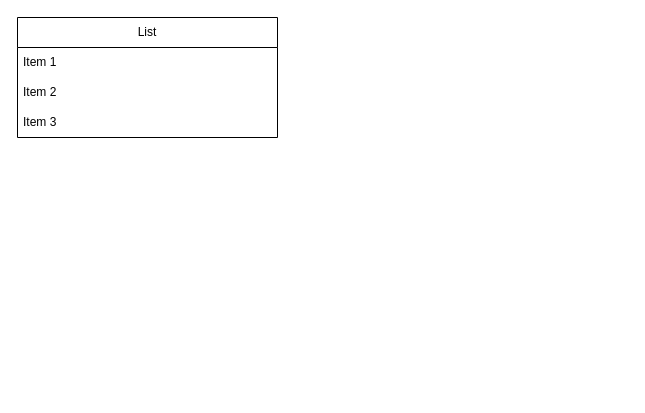
Above: page "CLASS DIAGRAM" (6 of 9) of ALL UML.drawio in K35x/si_siblings_uml (draw.io), before the change. Source tidied: cells renumbered, new cells numbered last; positions are measured from the earlier drawing's top-left corner, leaving out a move shared by most shapes. Both pictures are drawn from the tidied source at 100%, with x=0, y=0 at pixel (17, 17).
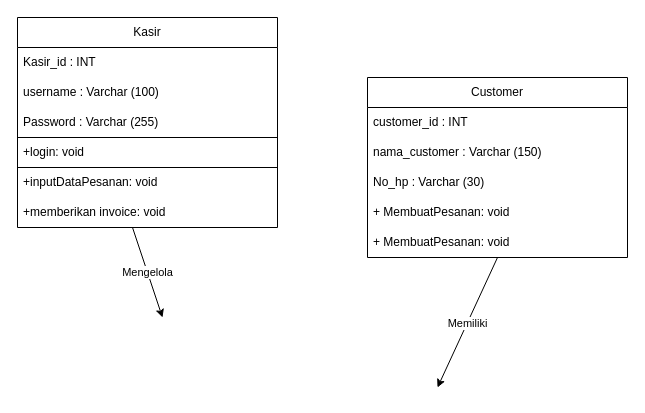
The same page after the edit.

What changed in the source:
```diff
@@
-    <mxCell id="2" value="List" style="swimlane;fontStyle=0;horizontal=1;startSize=30;whiteSpace=wrap;html=1;" parent="1" vertex="1">
-      <mxGeometry width="260" height="120" as="geometry" />
+    <mxCell id="2" value="Kasir" style="swimlane;fontStyle=0;horizontal=1;startSize=30;whiteSpace=wrap;html=1;" parent="1" vertex="1">
+      <mxGeometry width="260" height="210" as="geometry" />
     </mxCell>
-    <mxCell id="3" value="Item 1" style="text;strokeColor=none;fillColor=none;align=left;verticalAlign=middle;spacingLeft=4;spacingRight=4;overflow=hidden;whiteSpace=wrap;html=1;" parent="2" vertex="1">
+    <mxCell id="3" value="Kasir_id : INT" style="text;strokeColor=none;fillColor=none;align=left;verticalAlign=middle;spacingLeft=4;spacingRight=4;overflow=hidden;whiteSpace=wrap;html=1;" parent="2" vertex="1">
       <mxGeometry y="30" width="260" height="30" as="geometry" />
     </mxCell>
-    <mxCell id="4" value="Item 2" style="text;strokeColor=none;fillColor=none;align=left;verticalAlign=middle;spacingLeft=4;spacingRight=4;overflow=hidden;whiteSpace=wrap;html=1;" parent="2" vertex="1">
+    <mxCell id="4" value="username : Varchar (100)" style="text;strokeColor=none;fillColor=none;align=left;verticalAlign=middle;spacingLeft=4;spacingRight=4;overflow=hidden;whiteSpace=wrap;html=1;" parent="2" vertex="1">
       <mxGeometry y="60" width="260" height="30" as="geometry" />
     </mxCell>
+    <mxCell id="6" value="Password : Varchar (255)" style="text;strokeColor=none;fillColor=none;align=left;verticalAlign=middle;spacingLeft=4;spacingRight=4;overflow=hidden;whiteSpace=wrap;html=1;" parent="2" vertex="1">
+      <mxGeometry y="90" width="260" height="30" as="geometry" />
+    </mxCell>
-    <mxCell id="5" value="Item 3" style="text;strokeColor=none;fillColor=none;align=left;verticalAlign=middle;spacingLeft=4;spacingRight=4;overflow=hidden;whiteSpace=wrap;html=1;" parent="2" vertex="1">
-      <mxGeometry y="90" width="260" height="30" as="geometry" />
+    <mxCell id="5" value="+login: void" style="text;strokeColor=default;fillColor=none;align=left;verticalAlign=middle;spacingLeft=4;spacingRight=4;overflow=hidden;whiteSpace=wrap;html=1;strokeWidth=1;" parent="2" vertex="1">
+      <mxGeometry y="120" width="260" height="30" as="geometry" />
     </mxCell>
+    <mxCell id="7" value="+inputDataPesanan: void" style="text;strokeColor=none;fillColor=none;align=left;verticalAlign=middle;spacingLeft=4;spacingRight=4;overflow=hidden;whiteSpace=wrap;html=1;strokeWidth=0;" parent="2" vertex="1">
+      <mxGeometry y="150" width="260" height="30" as="geometry" />
+    </mxCell>
+    <mxCell id="8" value="+memberikan invoice: void" style="text;strokeColor=none;fillColor=none;align=left;verticalAlign=middle;spacingLeft=4;spacingRight=4;overflow=hidden;whiteSpace=wrap;html=1;" parent="2" vertex="1">
+      <mxGeometry y="180" width="260" height="30" as="geometry" />
+    </mxCell>
+    <mxCell id="9" value="Customer" style="swimlane;fontStyle=0;horizontal=1;startSize=30;whiteSpace=wrap;html=1;" parent="1" vertex="1">
+      <mxGeometry x="350" y="60" width="260" height="180" as="geometry" />
+    </mxCell>
+    <mxCell id="10" value="customer_id : INT" style="text;strokeColor=none;fillColor=none;align=left;verticalAlign=middle;spacingLeft=4;spacingRight=4;overflow=hidden;whiteSpace=wrap;html=1;" parent="9" vertex="1">
+      <mxGeometry y="30" width="260" height="30" as="geometry" />
+    </mxCell>
+    <mxCell id="11" value="nama_customer : Varchar (150)" style="text;strokeColor=none;fillColor=none;align=left;verticalAlign=middle;spacingLeft=4;spacingRight=4;overflow=hidden;whiteSpace=wrap;html=1;" parent="9" vertex="1">
+      <mxGeometry y="60" width="260" height="30" as="geometry" />
+    </mxCell>
+    <mxCell id="12" value="No_hp : Varchar (30)" style="text;strokeColor=none;fillColor=none;align=left;verticalAlign=middle;spacingLeft=4;spacingRight=4;overflow=hidden;whiteSpace=wrap;html=1;" parent="9" vertex="1">
+      <mxGeometry y="90" width="260" height="30" as="geometry" />
+    </mxCell>
+    <mxCell id="13" value="+ MembuatPesanan: void" style="text;strokeColor=none;fillColor=none;align=left;verticalAlign=middle;spacingLeft=4;spacingRight=4;overflow=hidden;whiteSpace=wrap;html=1;" parent="9" vertex="1">
+      <mxGeometry y="120" width="260" height="30" as="geometry" />
+    </mxCell>
+    <mxCell id="14" value="+ MembuatPesanan: void" style="text;strokeColor=none;fillColor=none;align=left;verticalAlign=middle;spacingLeft=4;spacingRight=4;overflow=hidden;whiteSpace=wrap;html=1;" parent="9" vertex="1">
+      <mxGeometry y="150" width="260" height="30" as="geometry" />
+    </mxCell>
+    <mxCell id="15" style="endArrow=classic;html=1;rounded=0;" parent="1" edge="1">
+      <mxGeometry relative="1" as="geometry">
+        <mxPoint x="115" y="210" as="sourcePoint" />
+        <mxPoint x="145" y="300" as="targetPoint" />
+      </mxGeometry>
+    </mxCell>
+    <mxCell id="16" value="Mengelola" style="edgeLabel;html=1;align=center;verticalAlign=middle;" parent="15" vertex="1">
+      <mxGeometry relative="1" as="geometry" />
+    </mxCell>
+    <mxCell id="17" style="endArrow=classic;html=1;rounded=0;exitX=0.421;exitY=1.08;exitDx=0;exitDy=0;exitPerimeter=0;" parent="1" edge="1">
+      <mxGeometry relative="1" as="geometry">
+        <mxPoint x="480" y="240" as="sourcePoint" />
+        <mxPoint x="420" y="370" as="targetPoint" />
+      </mxGeometry>
+    </mxCell>
+    <mxCell id="18" value="Memiliki" style="edgeLabel;html=1;align=center;verticalAlign=middle;" parent="17" vertex="1">
+      <mxGeometry relative="1" as="geometry" />
+    </mxCell>
```
